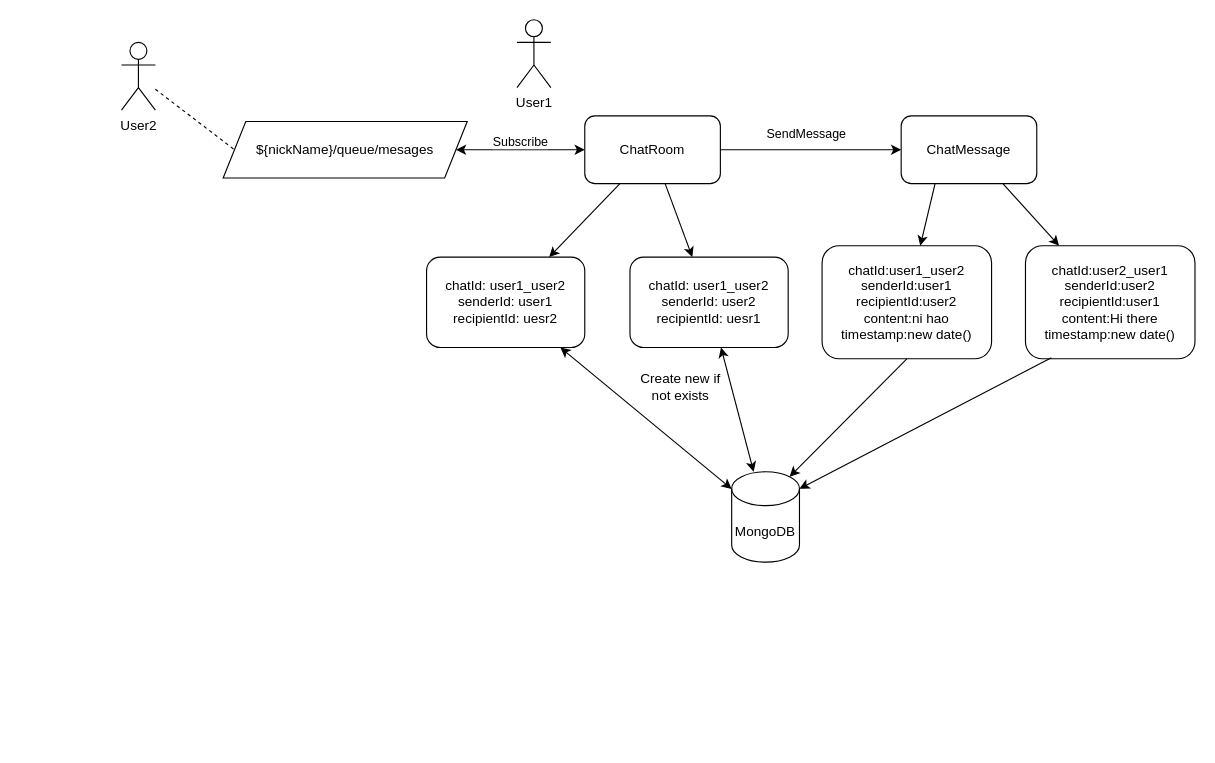
Above: howAppWorks.drawio in CaoNguyen-1883/ChatApp (draw.io), before the change. Source tidied: cells renumbered, new cells numbered last; positions are measured from the earlier drawing's top-left corner, leaving out a move shared by most shapes. Both pictures are drawn from the tidied source at 113%, with x=0, y=0 at pixel (121, 19).
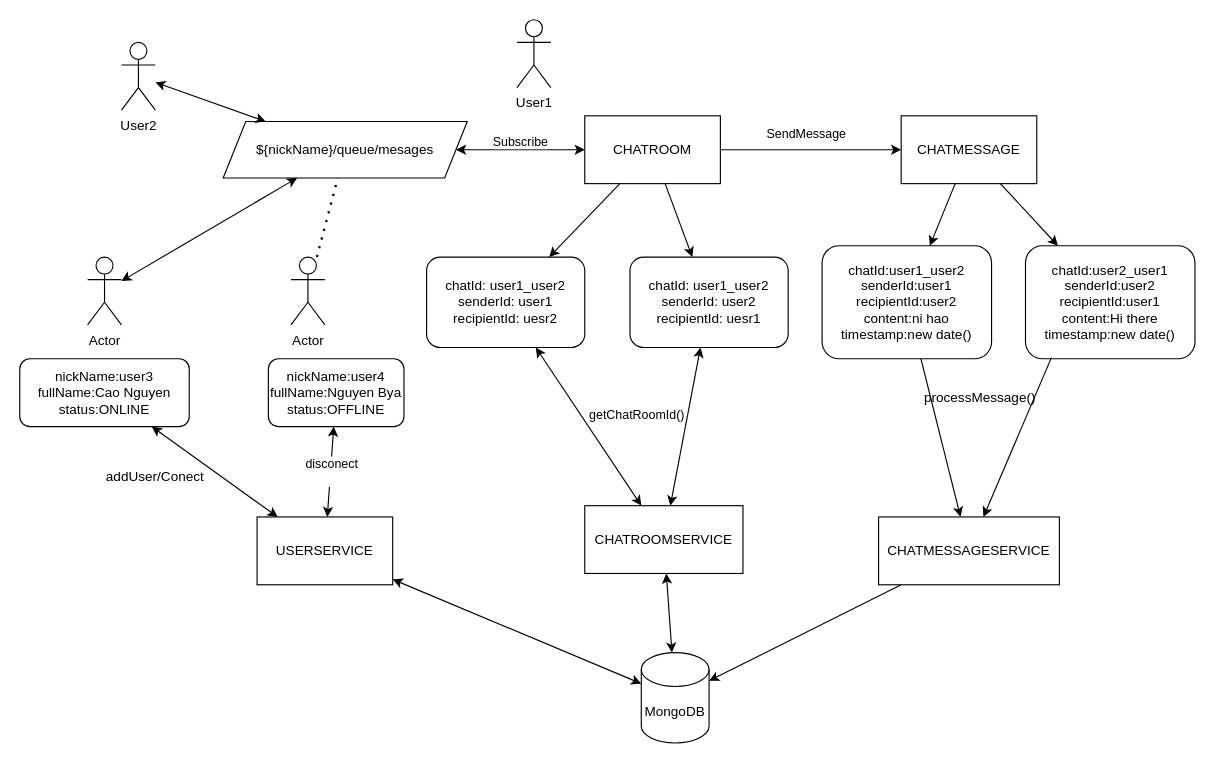
After the change.

The change refers to these unchanged cells:
```xml
<mxCell id="2" value="${nickName}/queue/mesages" style="shape=parallelogram;perimeter=parallelogramPerimeter;whiteSpace=wrap;html=1;fixedSize=1;" parent="1" vertex="1">
  <mxGeometry x="90" y="90" width="216" height="50" as="geometry" />
</mxCell>
<mxCell id="7" value="User2" style="shape=umlActor;verticalLabelPosition=bottom;verticalAlign=top;html=1;outlineConnect=0;" parent="1" vertex="1">
  <mxGeometry y="20" width="30" height="60" as="geometry" />
</mxCell>
<mxCell id="9" value="chatId: user1_user2&lt;div&gt;senderId: user1&lt;/div&gt;&lt;div&gt;recipientId: uesr2&lt;/div&gt;" style="rounded=1;whiteSpace=wrap;html=1;" parent="1" vertex="1">
  <mxGeometry x="270" y="210" width="140" height="80" as="geometry" />
</mxCell>
<mxCell id="10" value="chatId: user1_user2&lt;div&gt;senderId: user2&lt;/div&gt;&lt;div&gt;recipientId: uesr1&lt;/div&gt;" style="rounded=1;whiteSpace=wrap;html=1;" parent="1" vertex="1">
  <mxGeometry x="450" y="210" width="140" height="80" as="geometry" />
</mxCell>
<mxCell id="14" value="chatId:user1_user2&lt;div&gt;senderId:user1&lt;/div&gt;&lt;div&gt;recipientId:user2&lt;/div&gt;&lt;div&gt;content:ni hao&lt;/div&gt;&lt;div&gt;timestamp:new date()&lt;/div&gt;" style="rounded=1;whiteSpace=wrap;html=1;" parent="1" vertex="1">
  <mxGeometry x="620" y="200" width="150" height="100" as="geometry" />
</mxCell>
<mxCell id="15" value="chatId:user2_user1&lt;div&gt;senderId:user2&lt;/div&gt;&lt;div&gt;recipientId:user1&lt;/div&gt;&lt;div&gt;content:Hi there&lt;/div&gt;&lt;div&gt;timestamp:new date()&lt;/div&gt;" style="rounded=1;whiteSpace=wrap;html=1;" parent="1" vertex="1">
  <mxGeometry x="800" y="200" width="150" height="100" as="geometry" />
</mxCell>
```

The edit, as a diff of the source:
```diff
@@
-    <mxCell id="3" style="endArrow=classic;startArrow=classic;html=1;rounded=0;exitX=1;exitY=0.5;exitDx=0;exitDy=0;entryX=0;entryY=0.5;entryDx=0;entryDy=0;" parent="1" edge="1" source="2" target="5">
+    <mxCell id="3" style="endArrow=classic;startArrow=classic;html=1;rounded=0;exitX=1;exitY=0.5;exitDx=0;exitDy=0;" parent="1" edge="1" source="2" target="43">
       <mxGeometry relative="1" as="geometry" />
     </mxCell>
@@
-    <mxCell id="5" value="ChatRoom" style="rounded=1;whiteSpace=wrap;html=1;" parent="1" vertex="1">
-      <mxGeometry x="410" y="85" width="120" height="60" as="geometry" />
-    </mxCell>
@@
-    <mxCell id="8" style="endArrow=none;dashed=1;html=1;rounded=0;entryX=0;entryY=0.5;entryDx=0;entryDy=0;" parent="1" edge="1" source="7" target="2">
-      <mxGeometry relative="1" as="geometry" />
-    </mxCell>
@@
-    <mxCell id="11" style="endArrow=classic;html=1;rounded=0;exitX=1;exitY=0.5;exitDx=0;exitDy=0;" parent="1" edge="1" source="5" target="13">
+    <mxCell id="11" style="endArrow=classic;html=1;rounded=0;" parent="1" edge="1" source="43" target="44">
       <mxGeometry relative="1" as="geometry" />
     </mxCell>
@@
-    <mxCell id="13" value="ChatMessage" style="rounded=1;whiteSpace=wrap;html=1;" parent="1" vertex="1">
-      <mxGeometry x="690" y="85" width="120" height="60" as="geometry" />
-    </mxCell>
@@
-    <mxCell id="16" style="endArrow=classic;html=1;rounded=0;" parent="1" edge="1" source="5" target="9">
+    <mxCell id="16" style="endArrow=classic;html=1;rounded=0;" parent="1" edge="1" source="43" target="9">
       <mxGeometry relative="1" as="geometry" />
     </mxCell>
-    <mxCell id="17" style="endArrow=classic;html=1;rounded=0;" parent="1" edge="1" source="5" target="10">
+    <mxCell id="17" style="endArrow=classic;html=1;rounded=0;" parent="1" edge="1" source="43" target="10">
       <mxGeometry relative="1" as="geometry" />
     </mxCell>
-    <mxCell id="18" style="endArrow=classic;html=1;rounded=0;exitX=0.25;exitY=1;exitDx=0;exitDy=0;" parent="1" edge="1" source="13" target="14">
+    <mxCell id="18" style="endArrow=classic;html=1;rounded=0;" parent="1" edge="1" source="44" target="14">
       <mxGeometry relative="1" as="geometry" />
     </mxCell>
-    <mxCell id="19" style="endArrow=classic;html=1;rounded=0;exitX=0.75;exitY=1;exitDx=0;exitDy=0;" parent="1" edge="1" source="13" target="15">
+    <mxCell id="19" style="endArrow=classic;html=1;rounded=0;" parent="1" edge="1" source="44" target="15">
       <mxGeometry relative="1" as="geometry" />
     </mxCell>
     <mxCell id="20" value="MongoDB" style="shape=cylinder3;whiteSpace=wrap;html=1;boundedLbl=1;backgroundOutline=1;size=15;" parent="1" vertex="1">
-      <mxGeometry x="540" y="400" width="60" height="80" as="geometry" />
+      <mxGeometry x="460" y="560" width="60" height="80" as="geometry" />
     </mxCell>
-    <mxCell id="21" style="endArrow=classic;startArrow=classic;html=1;rounded=0;" parent="1" edge="1" source="20" target="9">
+    <mxCell id="21" style="endArrow=classic;startArrow=classic;html=1;rounded=0;" parent="1" edge="1" source="46" target="9">
       <mxGeometry relative="1" as="geometry" />
     </mxCell>
+    <mxCell id="26" value="getChatRoomId()" style="edgeLabel;html=1;align=center;verticalAlign=middle;" parent="21" vertex="1">
+      <mxGeometry x="0.07" y="1" relative="1" as="geometry">
+        <mxPoint x="46" y="-6" as="offset" />
+      </mxGeometry>
+    </mxCell>
-    <mxCell id="22" style="endArrow=classic;startArrow=classic;html=1;rounded=0;" parent="1" edge="1" source="20" target="10">
+    <mxCell id="22" style="endArrow=classic;startArrow=classic;html=1;rounded=0;" parent="1" edge="1" source="46" target="10">
       <mxGeometry relative="1" as="geometry" />
     </mxCell>
-    <mxCell id="23" value="Create new if not exists" style="text;html=1;align=center;verticalAlign=middle;whiteSpace=wrap;rounded=0;" parent="1" vertex="1">
-      <mxGeometry x="450" y="310" width="90" height="30" as="geometry" />
-    </mxCell>
+    <mxCell id="27" style="edgeLabel;html=1;align=center;verticalAlign=middle;" parent="22" vertex="1">
+      <mxGeometry x="0.13" y="3" relative="1" as="geometry">
+        <mxPoint y="-1" as="offset" />
+      </mxGeometry>
+    </mxCell>
+    <mxCell id="28" style="edgeLabel;html=1;align=center;verticalAlign=middle;" parent="22" vertex="1">
+      <mxGeometry x="0.18" y="3" relative="1" as="geometry" />
+    </mxCell>
-    <mxCell id="24" style="endArrow=classic;html=1;rounded=0;exitX=0.5;exitY=1;exitDx=0;exitDy=0;entryX=0.855;entryY=0;entryDx=0;entryDy=4.35;entryPerimeter=0;" parent="1" edge="1" source="14" target="20">
+    <mxCell id="24" style="endArrow=classic;html=1;rounded=0;" parent="1" edge="1" source="14" target="47">
       <mxGeometry relative="1" as="geometry" />
     </mxCell>
-    <mxCell id="25" style="endArrow=classic;html=1;rounded=0;exitX=0.153;exitY=0.99;exitDx=0;exitDy=0;exitPerimeter=0;entryX=1;entryY=0;entryDx=0;entryDy=15;entryPerimeter=0;" parent="1" edge="1" source="15" target="20">
+    <mxCell id="25" style="endArrow=classic;html=1;rounded=0;exitX=0.153;exitY=0.99;exitDx=0;exitDy=0;exitPerimeter=0;" parent="1" edge="1" source="15" target="47">
       <mxGeometry relative="1" as="geometry" />
     </mxCell>
+    <mxCell id="29" value="processMessage()" style="text;html=1;align=center;verticalAlign=middle;whiteSpace=wrap;rounded=0;" parent="1" vertex="1">
+      <mxGeometry x="730" y="320" width="60" height="30" as="geometry" />
+    </mxCell>
+    <mxCell id="30" style="endArrow=classic;startArrow=classic;html=1;rounded=0;" parent="1" edge="1" source="20" target="46">
+      <mxGeometry relative="1" as="geometry" />
+    </mxCell>
+    <mxCell id="31" style="endArrow=classic;html=1;rounded=0;" parent="1" edge="1" source="47" target="20">
+      <mxGeometry relative="1" as="geometry" />
+    </mxCell>
+    <mxCell id="32" value="Actor" style="shape=umlActor;verticalLabelPosition=bottom;verticalAlign=top;html=1;outlineConnect=0;" parent="1" vertex="1">
+      <mxGeometry x="-30" y="210" width="30" height="60" as="geometry" />
+    </mxCell>
+    <mxCell id="33" value="nickName:user3&lt;div&gt;fullName:Cao Nguyen&lt;/div&gt;&lt;div&gt;status:ONLINE&lt;/div&gt;" style="rounded=1;whiteSpace=wrap;html=1;" parent="1" vertex="1">
+      <mxGeometry x="-90" y="300" width="150" height="60" as="geometry" />
+    </mxCell>
+    <mxCell id="34" style="endArrow=classic;startArrow=classic;html=1;rounded=0;entryX=0;entryY=0;entryDx=0;entryDy=27.5;entryPerimeter=0;" parent="1" edge="1" source="45" target="20">
+      <mxGeometry relative="1" as="geometry" />
+    </mxCell>
+    <mxCell id="35" style="endArrow=classic;startArrow=classic;html=1;rounded=0;" parent="1" edge="1" source="45" target="33">
+      <mxGeometry relative="1" as="geometry" />
+    </mxCell>
+    <mxCell id="36" value="addUser/Conect" style="text;html=1;align=center;verticalAlign=middle;whiteSpace=wrap;rounded=0;" parent="1" vertex="1">
+      <mxGeometry y="400" width="60" height="10" as="geometry" />
+    </mxCell>
+    <mxCell id="37" style="endArrow=classic;startArrow=classic;html=1;rounded=0;" parent="1" edge="1" source="32" target="2">
+      <mxGeometry relative="1" as="geometry" />
+    </mxCell>
+    <mxCell id="8" style="endArrow=classic;startArrow=classic;html=1;rounded=0;" parent="1" edge="1" source="7" target="2">
+      <mxGeometry relative="1" as="geometry" />
+    </mxCell>
+    <mxCell id="38" value="Actor" style="shape=umlActor;verticalLabelPosition=bottom;verticalAlign=top;html=1;outlineConnect=0;" parent="1" vertex="1">
+      <mxGeometry x="150" y="210" width="30" height="60" as="geometry" />
+    </mxCell>
+    <mxCell id="39" style="endArrow=none;dashed=1;html=1;dashPattern=1 3;strokeWidth=2;rounded=0;" parent="1" edge="1" source="38" target="2">
+      <mxGeometry relative="1" as="geometry" />
+    </mxCell>
+    <mxCell id="40" style="endArrow=classic;startArrow=classic;html=1;rounded=0;" parent="1" edge="1" source="45" target="42">
+      <mxGeometry relative="1" as="geometry" />
+    </mxCell>
+    <mxCell id="41" value="disconect&lt;div&gt;&lt;br&gt;&lt;/div&gt;" style="edgeLabel;html=1;align=center;verticalAlign=middle;" parent="40" vertex="1">
+      <mxGeometry x="0.01" relative="1" as="geometry" />
+    </mxCell>
+    <mxCell id="42" value="nickName:user4&lt;div&gt;fullName:Nguyen Bya&lt;/div&gt;&lt;div&gt;status:OFFLINE&lt;/div&gt;" style="rounded=1;whiteSpace=wrap;html=1;" parent="1" vertex="1">
+      <mxGeometry x="130" y="300" width="120" height="60" as="geometry" />
+    </mxCell>
+    <mxCell id="43" value="CHATROOM" style="whiteSpace=wrap;html=1;" parent="1" vertex="1">
+      <mxGeometry x="410" y="85" width="120" height="60" as="geometry" />
+    </mxCell>
+    <mxCell id="44" value="CHATMESSAGE" style="rounded=0;whiteSpace=wrap;html=1;" parent="1" vertex="1">
+      <mxGeometry x="690" y="85" width="120" height="60" as="geometry" />
+    </mxCell>
+    <mxCell id="45" value="USERSERVICE" style="rounded=0;whiteSpace=wrap;html=1;" parent="1" vertex="1">
+      <mxGeometry x="120" y="440" width="120" height="60" as="geometry" />
+    </mxCell>
+    <mxCell id="46" value="CHATROOMSERVICE" style="rounded=0;whiteSpace=wrap;html=1;" parent="1" vertex="1">
+      <mxGeometry x="410" y="430" width="140" height="60" as="geometry" />
+    </mxCell>
+    <mxCell id="47" value="CHATMESSAGESERVICE" style="rounded=0;whiteSpace=wrap;html=1;" parent="1" vertex="1">
+      <mxGeometry x="670" y="440" width="160" height="60" as="geometry" />
+    </mxCell>
```
